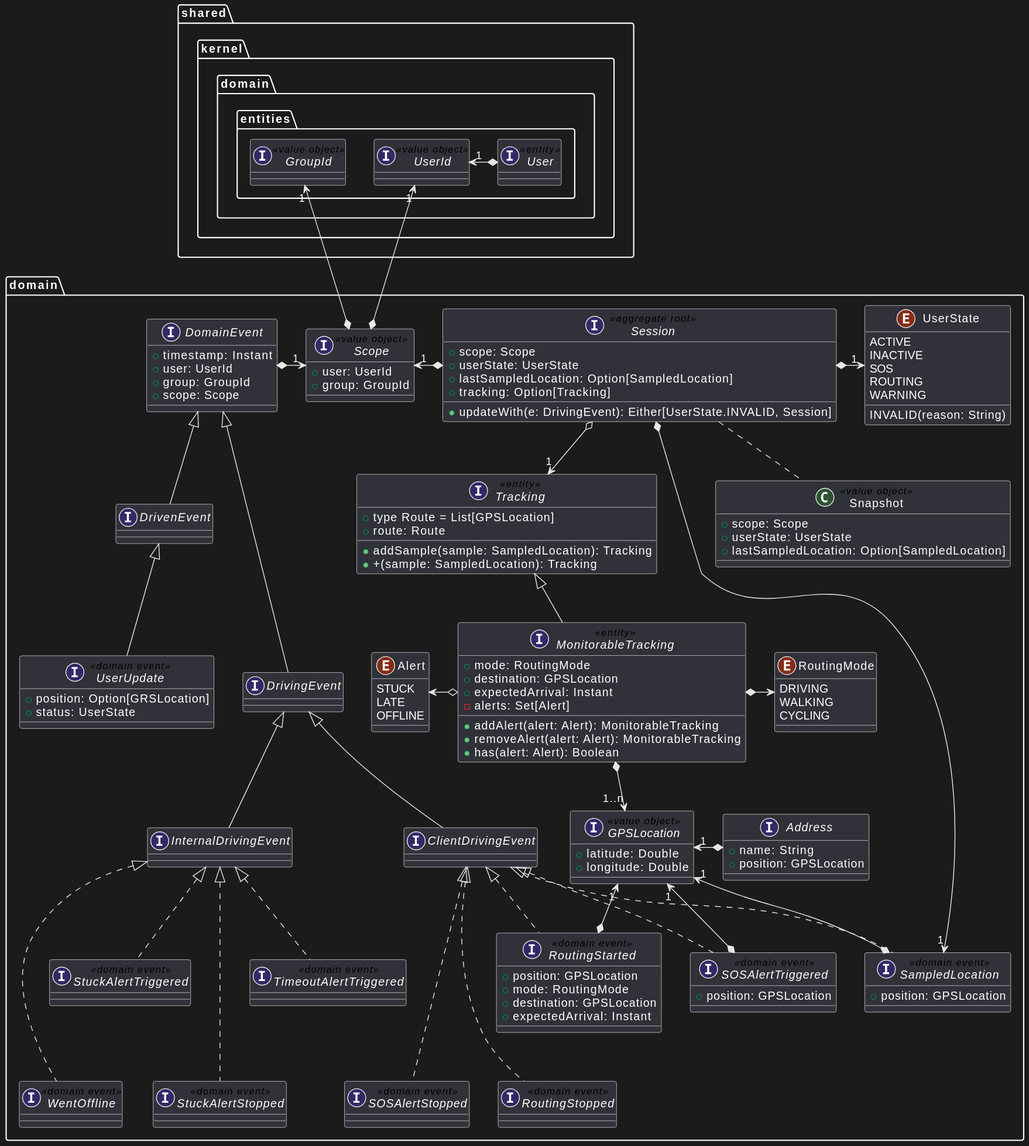
Before: res/location-service-structure-domain-dark.svg, a diagram exported from PlantUML (position-pal/position-pal.github.io).
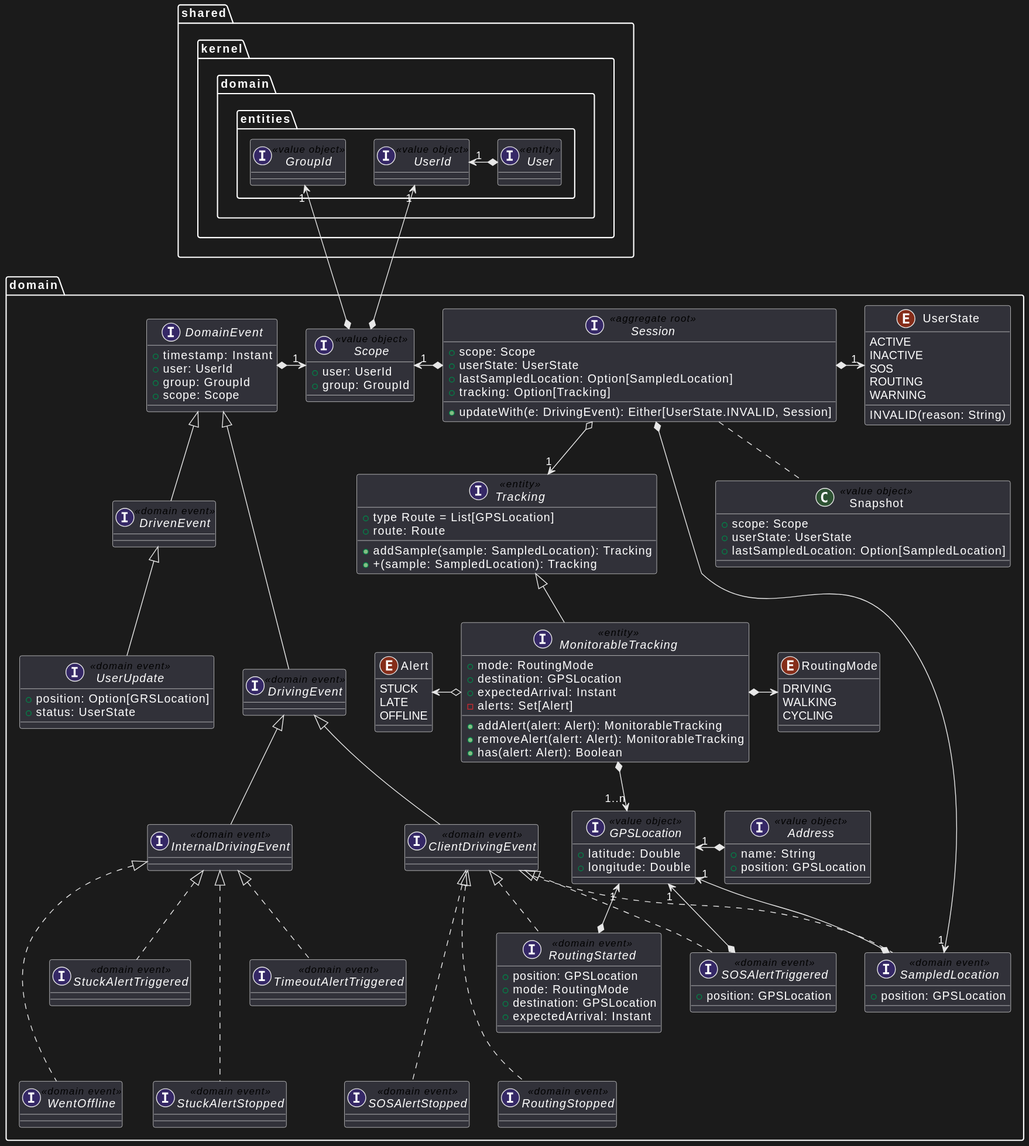
The same file after the commit.

Diff of the diagram source:
```diff
@@ -20,7 +20,7 @@
         + longitude: Double
     }
 
-    interface Address {
+    interface Address <<value object>> {
         + name: String
         + position: GPSLocation
     }
@@ -35,14 +35,14 @@
     }
     DomainEvent *-right-> "1" Scope
 
-    interface DrivenEvent extends DomainEvent
+    interface DrivenEvent <<domain event>> extends DomainEvent
     interface UserUpdate <<domain event>> implements DrivenEvent {
         + position: Option[GRSLocation]
         + status: UserState
     }
 
-    interface DrivingEvent extends DomainEvent
-    interface ClientDrivingEvent extends DrivingEvent
+    interface DrivingEvent <<domain event>> extends DomainEvent
+    interface ClientDrivingEvent <<domain event>> extends DrivingEvent
 
     interface SampledLocation <<domain event>> {
         + position: GPSLocation
@@ -64,7 +64,7 @@
     interface RoutingStopped <<domain event>>
     ClientDrivingEvent <|... RoutingStopped
 
-    interface InternalDrivingEvent extends DrivingEvent
+    interface InternalDrivingEvent <<domain event>> extends DrivingEvent
     interface WentOffline <<domain event>>
     InternalDrivingEvent <|... WentOffline
     interface StuckAlertTriggered <<domain event>>
```
